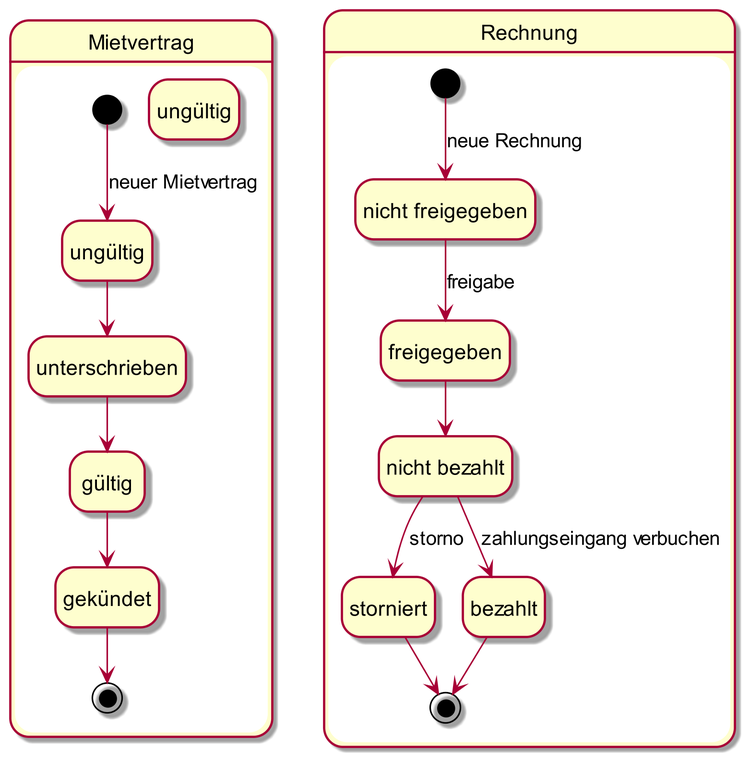
Above: docs/content/diagrams/out/zustand/mietvertragRechnung/mietvertragRechnung.png in sirtheta/ImmoGlobal_Semesterarbeit (PlantUML), before the change.
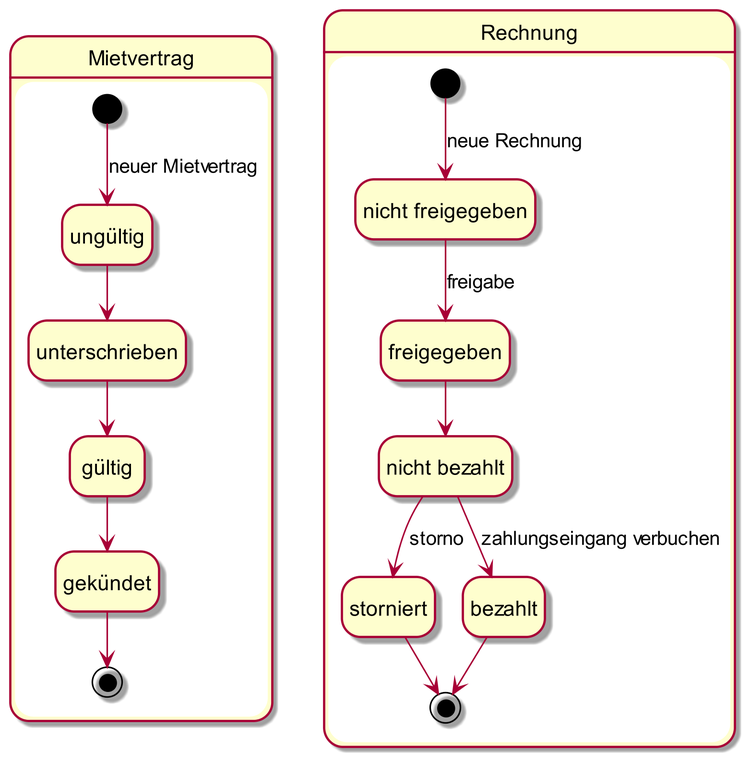
Above is the later version.

Diff of the diagram source:
```diff
@@ -1,12 +1,12 @@
 @startuml mietvertragRechnung
 skinparam dpi 300
 hide empty description
+
 state Mietvertrag {
 [*] --> ungültig : neuer Mietvertrag
 ungültig --> unterschrieben
 unterschrieben --> gültig
 gültig --> gekündet
-state notValid as "ungültig"
 gekündet --> [*]
 }
 
```
